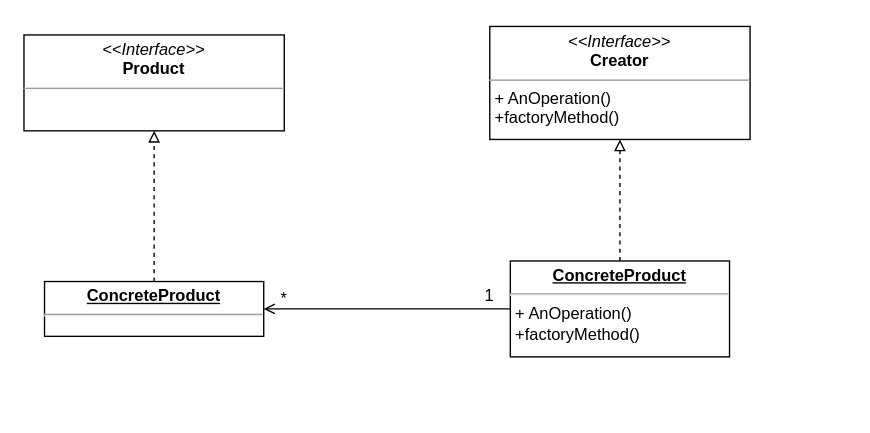
The draw.io diagram 工厂方法.drawio in Fuku-L/draw-io-repo, before the edit. Source tidied: cells renumbered, new cells numbered last; positions are measured from the earlier drawing's top-left corner, leaving out a move shared by most shapes. Both pictures are drawn from the tidied source at 137%, with x=0, y=0 at pixel (23, 26).
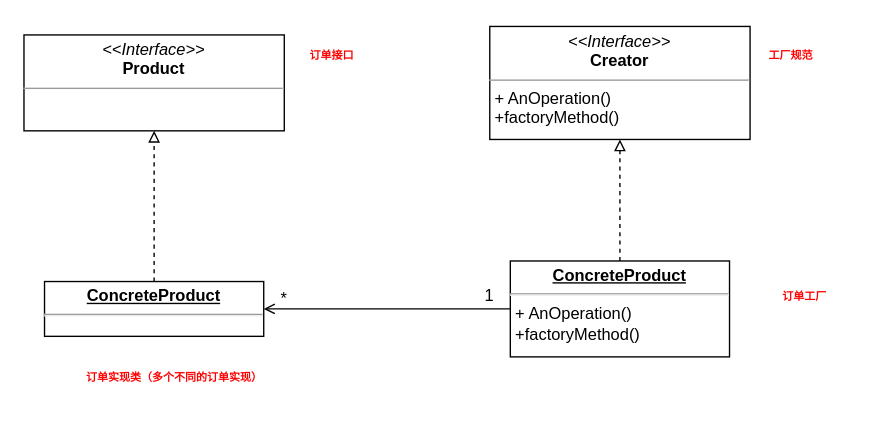
The same page after the edit.

Commit message (it also covers changes not shown here):
更新工厂方法.drawio

Diff of the diagram source:
```diff
@@
 <mxGraphModel>
   <root>
     <mxCell id="0" />
     <mxCell id="1" parent="0" />
     <mxCell id="2" value="&lt;p style=&quot;margin:0px;margin-top:4px;text-align:center;&quot;&gt;&lt;i&gt;&amp;lt;&amp;lt;Interface&amp;gt;&amp;gt;&lt;/i&gt;&lt;br&gt;&lt;b&gt;Product&lt;/b&gt;&lt;/p&gt;&lt;hr size=&quot;1&quot;&gt;&lt;p style=&quot;margin:0px;margin-left:4px;&quot;&gt;&lt;br&gt;&lt;/p&gt;&lt;p style=&quot;margin:0px;margin-left:4px;&quot;&gt;&lt;br&gt;&lt;/p&gt;" style="verticalAlign=top;align=left;overflow=fill;fontSize=12;fontFamily=Helvetica;html=1;whiteSpace=wrap;" parent="1" vertex="1">
       <mxGeometry y="6" width="190" height="70" as="geometry" />
     </mxCell>
     <mxCell id="3" value="&lt;p style=&quot;margin:0px;margin-top:4px;text-align:center;&quot;&gt;&lt;i&gt;&amp;lt;&amp;lt;Interface&amp;gt;&amp;gt;&lt;/i&gt;&lt;br&gt;&lt;b&gt;Creator&lt;/b&gt;&lt;/p&gt;&lt;hr size=&quot;1&quot;&gt;&lt;p style=&quot;margin:0px;margin-left:4px;&quot;&gt;+ AnOperation()&lt;/p&gt;&lt;p style=&quot;margin:0px;margin-left:4px;&quot;&gt;+factoryMethod()&lt;/p&gt;" style="verticalAlign=top;align=left;overflow=fill;fontSize=12;fontFamily=Helvetica;html=1;whiteSpace=wrap;" parent="1" vertex="1">
       <mxGeometry x="340" y="-0.2" width="190" height="82.5" as="geometry" />
     </mxCell>
     <mxCell id="4" style="edgeStyle=orthogonalEdgeStyle;rounded=0;jettySize=auto;html=1;endArrow=block;endFill=0;dashed=1;" parent="1" edge="1" source="5" target="2">
       <mxGeometry relative="1" as="geometry" />
     </mxCell>
     <mxCell id="5" value="&lt;p style=&quot;margin:0px;margin-top:4px;text-align:center;text-decoration:underline;&quot;&gt;&lt;b&gt;ConcreteProduct&lt;/b&gt;&lt;/p&gt;&lt;hr&gt;&lt;p style=&quot;margin:0px;margin-left:8px;&quot;&gt;&lt;br&gt;&lt;/p&gt;" style="verticalAlign=top;align=left;overflow=fill;fontSize=12;fontFamily=Helvetica;html=1;whiteSpace=wrap;" parent="1" vertex="1">
       <mxGeometry x="15" y="186" width="160" height="40" as="geometry" />
     </mxCell>
     <mxCell id="6" style="edgeStyle=orthogonalEdgeStyle;rounded=0;jettySize=auto;html=1;entryX=0.5;entryY=1;entryDx=0;entryDy=0;dashed=1;endArrow=block;endFill=0;" parent="1" edge="1" source="8" target="3">
       <mxGeometry relative="1" as="geometry" />
     </mxCell>
     <mxCell id="7" style="edgeStyle=orthogonalEdgeStyle;rounded=0;jettySize=auto;html=1;entryX=1;entryY=0.5;entryDx=0;entryDy=0;endArrow=open;endFill=0;" parent="1" edge="1" source="8" target="5">
       <mxGeometry relative="1" as="geometry" />
     </mxCell>
     <mxCell id="8" value="&lt;p style=&quot;margin:0px;margin-top:4px;text-align:center;text-decoration:underline;&quot;&gt;&lt;b&gt;ConcreteProduct&lt;/b&gt;&lt;/p&gt;&lt;hr&gt;&lt;p style=&quot;border-color: var(--border-color); margin: 0px 0px 0px 4px;&quot;&gt;+ AnOperation()&lt;/p&gt;&lt;p style=&quot;border-color: var(--border-color); margin: 0px 0px 0px 4px;&quot;&gt;+factoryMethod()&lt;/p&gt;" style="verticalAlign=top;align=left;overflow=fill;fontSize=12;fontFamily=Helvetica;html=1;whiteSpace=wrap;" parent="1" vertex="1">
       <mxGeometry x="355" y="171" width="160" height="70" as="geometry" />
     </mxCell>
     <mxCell id="9" value="1" style="text;html=1;strokeColor=none;fillColor=none;align=center;verticalAlign=middle;whiteSpace=wrap;rounded=0;" parent="1" vertex="1">
       <mxGeometry x="310" y="182" width="60" height="30" as="geometry" />
     </mxCell>
     <mxCell id="10" value="*" style="text;html=1;strokeColor=none;fillColor=none;align=center;verticalAlign=middle;whiteSpace=wrap;rounded=0;" parent="1" vertex="1">
       <mxGeometry x="160" y="184" width="60" height="30" as="geometry" />
     </mxCell>
+    <mxCell id="11" value="&lt;h6&gt;&lt;font color=&quot;#ff0000&quot;&gt;订单工厂&lt;/font&gt;&lt;/h6&gt;" style="text;html=1;strokeColor=none;fillColor=none;align=center;verticalAlign=middle;whiteSpace=wrap;rounded=0;" parent="1" vertex="1">
+      <mxGeometry x="540" y="182" width="60" height="30" as="geometry" />
+    </mxCell>
+    <mxCell id="12" value="&lt;h6&gt;&lt;font color=&quot;#ff0000&quot;&gt;工厂规范&lt;/font&gt;&lt;/h6&gt;" style="text;html=1;strokeColor=none;fillColor=none;align=center;verticalAlign=middle;whiteSpace=wrap;rounded=0;" parent="1" vertex="1">
+      <mxGeometry x="530" y="6" width="60" height="30" as="geometry" />
+    </mxCell>
+    <mxCell id="13" value="&lt;h6&gt;&lt;font color=&quot;#ff0000&quot;&gt;订单实现类（多个不同的订单实现）&lt;/font&gt;&lt;/h6&gt;" style="text;html=1;strokeColor=none;fillColor=none;align=center;verticalAlign=middle;whiteSpace=wrap;rounded=0;" parent="1" vertex="1">
+      <mxGeometry x="10" y="241" width="200" height="30" as="geometry" />
+    </mxCell>
+    <mxCell id="14" value="&lt;h6&gt;&lt;font color=&quot;#ff0000&quot;&gt;订单接口&lt;/font&gt;&lt;/h6&gt;" style="text;html=1;strokeColor=none;fillColor=none;align=center;verticalAlign=middle;whiteSpace=wrap;rounded=0;" parent="1" vertex="1">
+      <mxGeometry x="175" y="6" width="100" height="30" as="geometry" />
+    </mxCell>
   </root>
 </mxGraphModel>
```
